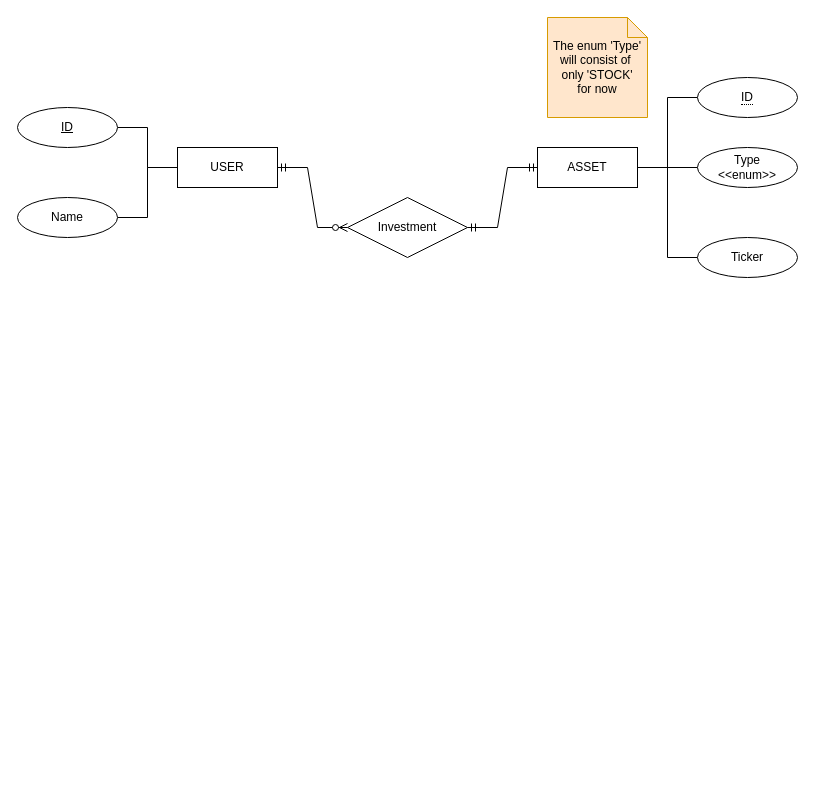
Earlier version of the draw.io diagram UML/ER.drawio (tkBischoff/PyFolio). Source tidied: cells renumbered, new cells numbered last; positions are measured from the earlier drawing's top-left corner, leaving out a move shared by most shapes. Both pictures are drawn from the tidied source at 100%, with x=0, y=0 at pixel (17, 17).
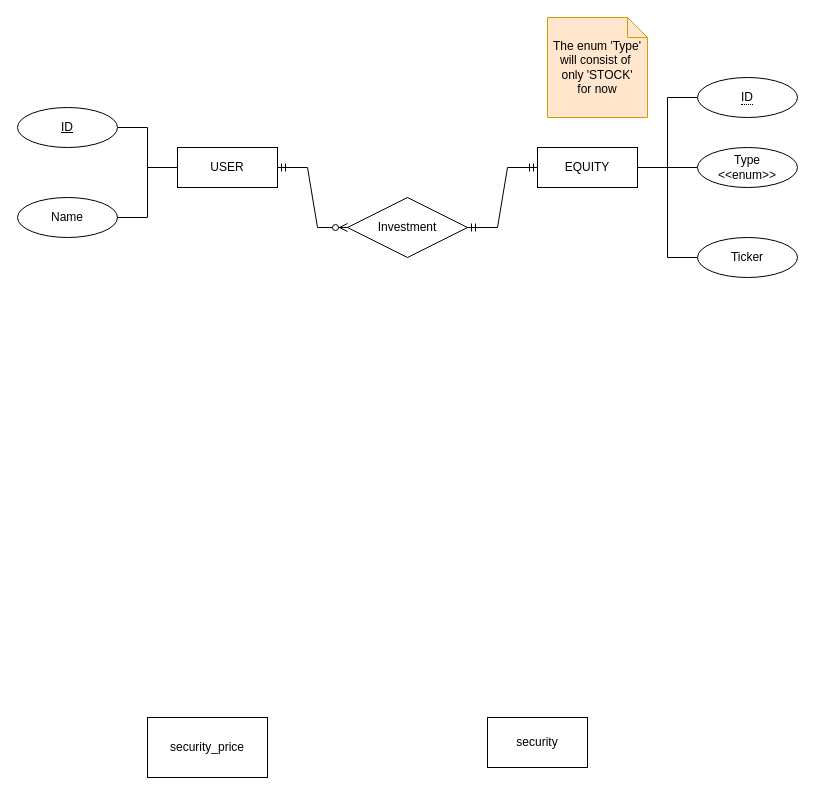
The same page after the edit.

What changed in the source:
```diff
@@
-    <mxCell id="7" value="ASSET" style="whiteSpace=wrap;html=1;align=center;" parent="1" vertex="1">
+    <mxCell id="7" value="EQUITY" style="whiteSpace=wrap;html=1;align=center;" parent="1" vertex="1">
       <mxGeometry x="520" y="130" width="100" height="40" as="geometry" />
     </mxCell>
@@
+    <mxCell id="18" value="security" style="rounded=0;whiteSpace=wrap;html=1;" parent="1" vertex="1">
+      <mxGeometry x="470" y="700" width="100" height="50" as="geometry" />
+    </mxCell>
+    <mxCell id="19" value="security_price" style="rounded=0;whiteSpace=wrap;html=1;" parent="1" vertex="1">
+      <mxGeometry x="130" y="700" width="120" height="60" as="geometry" />
+    </mxCell>
```
